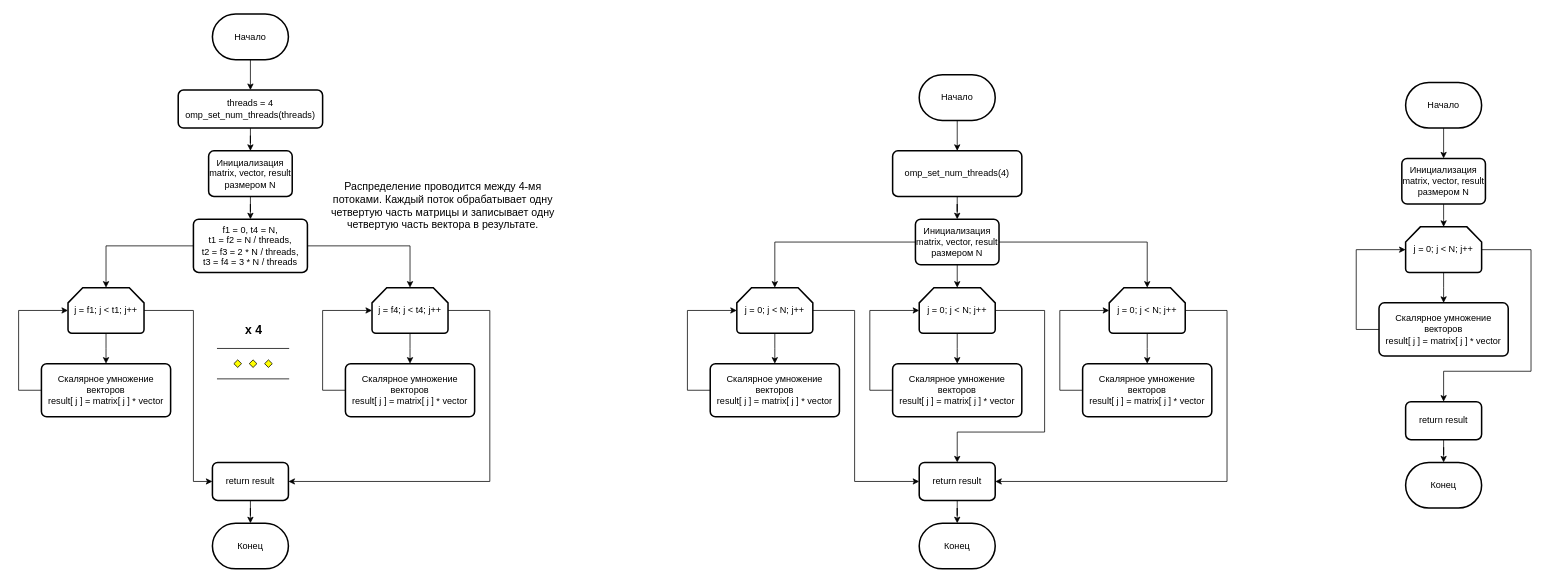
Earlier version of the draw.io diagram page "Страница — 1" (1 of 2) of TestSQL/Panin_PA.drawio (dyukoffv4/KustKust). Source tidied: cells renumbered, new cells numbered last; positions are measured from the earlier drawing's top-left corner, leaving out a move shared by most shapes. Both pictures are drawn from the tidied source at 76%, with x=0, y=0 at pixel (18, 14).
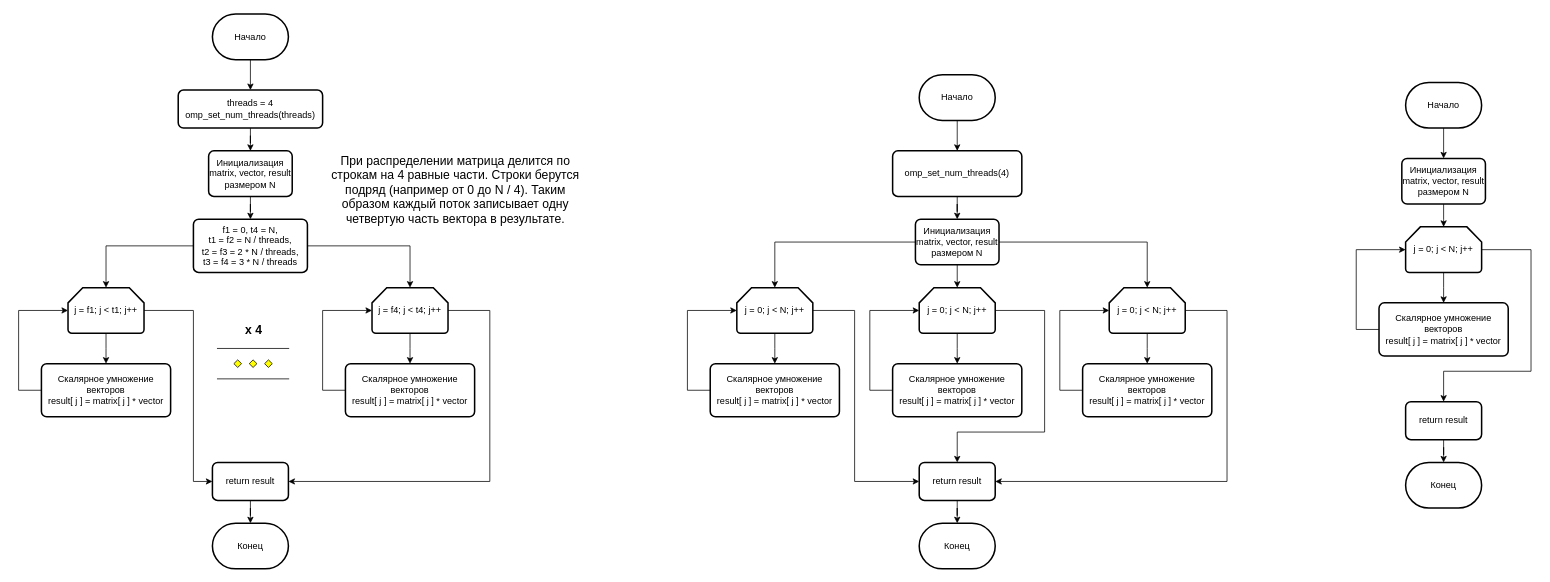
The same page after the edit.

Change to the diagram source:
```diff
@@
-    <mxCell id="64" value="&lt;font style=&quot;font-size: 14px;&quot;&gt;Распределение проводится между 4-мя потоками. Каждый поток обрабатывает одну четвертую часть матрицы и записывает одну четвертую часть вектора в результате.&lt;/font&gt;" style="text;html=1;strokeColor=none;fillColor=none;align=center;verticalAlign=middle;whiteSpace=wrap;rounded=0;" parent="1" vertex="1">
-      <mxGeometry x="406" y="199" width="305" height="105" as="geometry" />
+    <mxCell id="64" value="&lt;font style=&quot;font-size: 16px;&quot;&gt;При распределении матрица делится по строкам на 4 равные части. Строки берутся подряд (например от 0 до N / 4). Таким образом каждый поток записывает одну четвертую часть вектора в результате.&lt;/font&gt;" style="text;html=1;strokeColor=none;fillColor=none;align=center;verticalAlign=middle;whiteSpace=wrap;rounded=0;" parent="1" vertex="1">
+      <mxGeometry x="410" y="160" width="330" height="141" as="geometry" />
     </mxCell>
```
